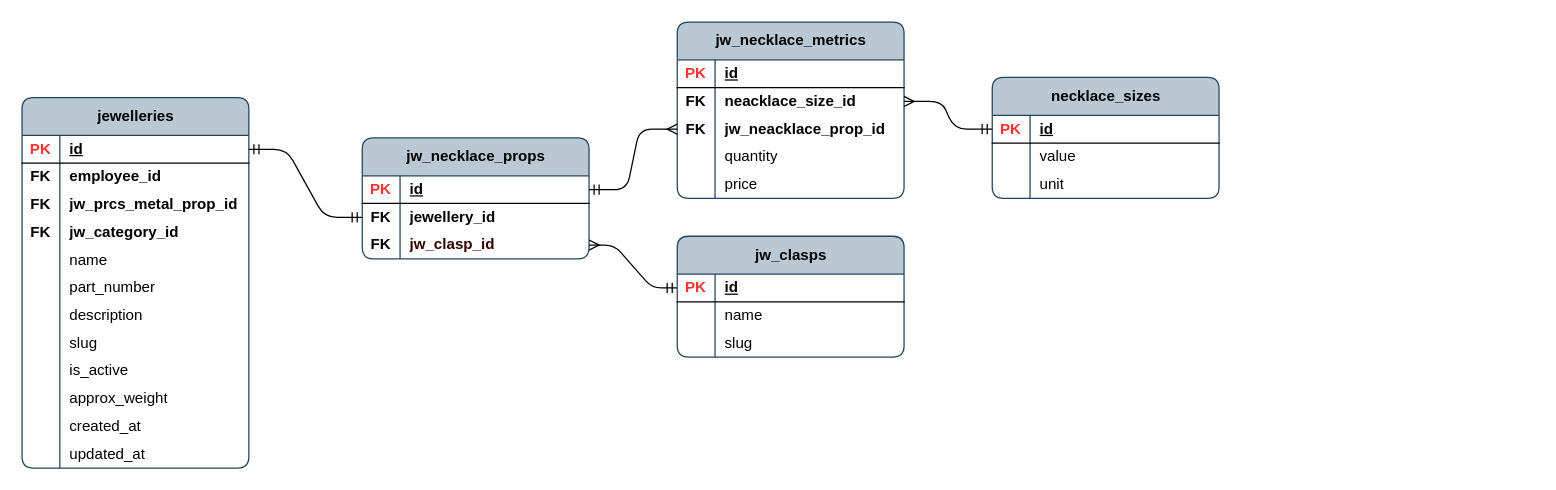
This is page "jw_necklace_props" (12 of 13) of publisher/laravel-app/psql_jewellery_items.drawio from Local-development-environment/msg-brokers-publisher-consumer, a draw.io file, before an edit. Source tidied: cells renumbered, new cells numbered last; positions are measured from the earlier drawing's top-left corner, leaving out a move shared by most shapes. Both pictures are drawn from the tidied source at 126%, with x=0, y=0 at pixel (21, 21).
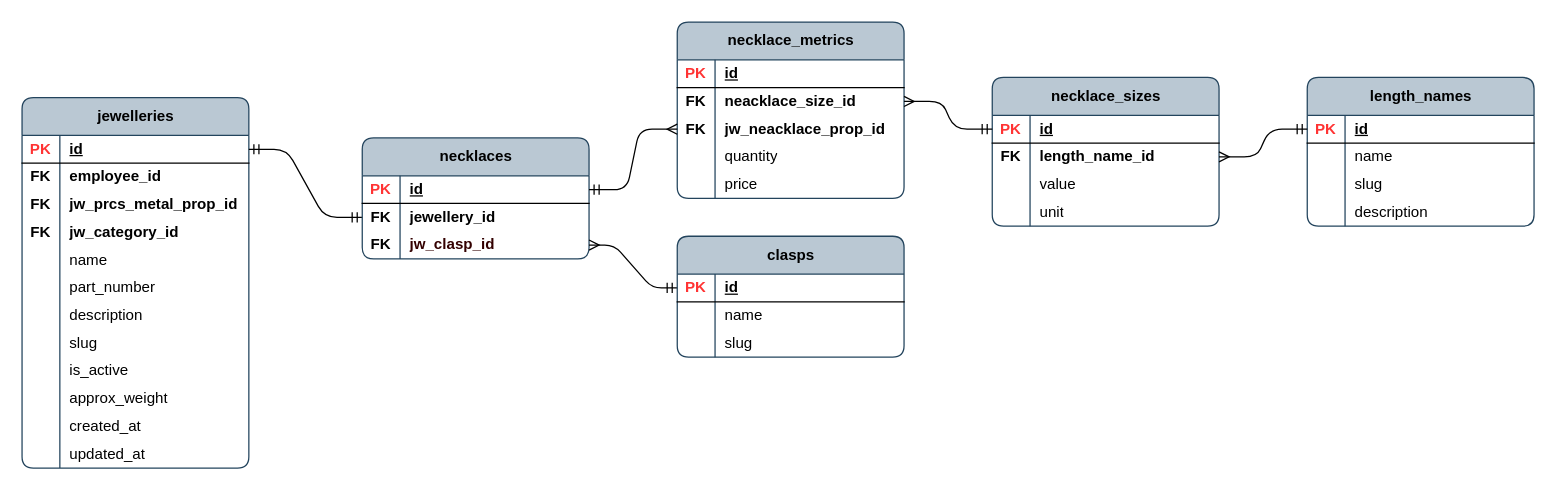
The same diagram, later.

Commit message (it also covers changes not shown here):
jewellery view is ready

The change refers to these unchanged cells:
```xml
<mxCell id="70" style="shape=tableRow;horizontal=0;startSize=0;swimlaneHead=0;swimlaneBody=0;fillColor=none;points=[[0,0.5],[1,0.5]];portConstraint=eastwest;top=0;left=0;right=0;bottom=0;rounded=0;" parent="66" vertex="1">
  <mxGeometry y="52" width="180" height="22" as="geometry" />
</mxCell>
```

What changed in the source:
```diff
@@
-    <mxCell id="40" value="jw_necklace_props" style="shape=table;startSize=30;childLayout=tableLayout;rowLines=0;fontStyle=1;align=center;html=1;rounded=1;swimlaneFillColor=none;fillColor=#bac8d3;strokeColor=#23445d;columnLines=1;arcSize=10;" parent="1" vertex="1">
+    <mxCell id="40" value="necklaces" style="shape=table;startSize=30;childLayout=tableLayout;rowLines=0;fontStyle=1;align=center;html=1;rounded=1;swimlaneFillColor=none;fillColor=#bac8d3;strokeColor=#23445d;columnLines=1;arcSize=10;" parent="1" vertex="1">
       <mxGeometry x="270" y="92" width="180" height="96" as="geometry" />
     </mxCell>
@@
-    <mxCell id="50" value="jw_necklace_metrics" style="shape=table;startSize=30;childLayout=tableLayout;rowLines=0;fontStyle=1;align=center;html=1;rounded=1;swimlaneFillColor=none;fillColor=#bac8d3;strokeColor=#23445d;columnLines=1;arcSize=10;" parent="1" vertex="1">
+    <mxCell id="50" value="necklace_metrics" style="shape=table;startSize=30;childLayout=tableLayout;rowLines=0;fontStyle=1;align=center;html=1;rounded=1;swimlaneFillColor=none;fillColor=#bac8d3;strokeColor=#23445d;columnLines=1;arcSize=10;" parent="1" vertex="1">
       <mxGeometry x="520" width="180" height="140" as="geometry" />
     </mxCell>
@@
     <mxCell id="66" value="necklace_sizes" style="shape=table;startSize=30;childLayout=tableLayout;rowLines=0;fontStyle=1;align=center;html=1;rounded=1;swimlaneFillColor=none;fillColor=#bac8d3;strokeColor=#23445d;columnLines=1;arcSize=10;" parent="1" vertex="1">
-      <mxGeometry x="770" y="44" width="180" height="96" as="geometry" />
+      <mxGeometry x="770" y="44" width="180" height="118" as="geometry" />
     </mxCell>
@@
-    <mxCell id="71" style="shape=partialRectangle;fillColor=none;top=0;left=0;bottom=0;right=0;overflow=hidden;whiteSpace=wrap;html=1;" parent="70" vertex="1">
+    <mxCell id="71" value="&lt;b&gt;FK&lt;/b&gt;" style="shape=partialRectangle;fillColor=none;top=0;left=0;bottom=0;right=0;overflow=hidden;whiteSpace=wrap;html=1;" parent="70" vertex="1">
       <mxGeometry width="30" height="22" as="geometry" />
     </mxCell>
-    <mxCell id="72" value="value" style="shape=partialRectangle;fillColor=none;top=0;left=0;bottom=0;right=0;align=left;spacingLeft=6;overflow=hidden;whiteSpace=wrap;html=1;" parent="70" vertex="1">
+    <mxCell id="72" value="&lt;b&gt;length_name_id&lt;/b&gt;" style="shape=partialRectangle;fillColor=none;top=0;left=0;bottom=0;right=0;align=left;spacingLeft=6;overflow=hidden;whiteSpace=wrap;html=1;" parent="70" vertex="1">
       <mxGeometry x="30" width="150" height="22" as="geometry" />
     </mxCell>
+    <mxCell id="89" style="shape=tableRow;horizontal=0;startSize=0;swimlaneHead=0;swimlaneBody=0;fillColor=none;top=0;left=0;right=0;bottom=0;rounded=0;" parent="66" vertex="1">
+      <mxGeometry y="74" width="180" height="22" as="geometry" />
+    </mxCell>
+    <mxCell id="90" style="shape=partialRectangle;fillColor=none;top=0;left=0;bottom=0;right=0;overflow=hidden;whiteSpace=wrap;html=1;" parent="89" vertex="1">
+      <mxGeometry width="30" height="22" as="geometry" />
+    </mxCell>
+    <mxCell id="91" value="value" style="shape=partialRectangle;fillColor=none;top=0;left=0;bottom=0;right=0;align=left;spacingLeft=6;overflow=hidden;whiteSpace=wrap;html=1;" parent="89" vertex="1">
+      <mxGeometry x="30" width="150" height="22" as="geometry" />
+    </mxCell>
     <mxCell id="73" style="shape=tableRow;horizontal=0;startSize=0;swimlaneHead=0;swimlaneBody=0;fillColor=none;top=0;left=0;right=0;bottom=0;rounded=0;" parent="66" vertex="1">
-      <mxGeometry y="74" width="180" height="22" as="geometry" />
+      <mxGeometry y="96" width="180" height="22" as="geometry" />
     </mxCell>
@@
-    <mxCell id="79" value="jw_clasps" style="shape=table;startSize=30;childLayout=tableLayout;rowLines=0;fontStyle=1;align=center;html=1;rounded=1;swimlaneFillColor=none;fillColor=#bac8d3;strokeColor=#23445d;columnLines=1;arcSize=10;" parent="1" vertex="1">
+    <mxCell id="79" value="clasps" style="shape=table;startSize=30;childLayout=tableLayout;rowLines=0;fontStyle=1;align=center;html=1;rounded=1;swimlaneFillColor=none;fillColor=#bac8d3;strokeColor=#23445d;columnLines=1;arcSize=10;" parent="1" vertex="1">
       <mxGeometry x="520" y="170" width="180" height="96" as="geometry" />
     </mxCell>
@@
+    <mxCell id="92" value="length_names" style="shape=table;startSize=30;childLayout=tableLayout;rowLines=0;fontStyle=1;align=center;html=1;rounded=1;swimlaneFillColor=none;fillColor=#bac8d3;strokeColor=#23445d;columnLines=1;arcSize=10;" parent="1" vertex="1">
+      <mxGeometry x="1020" y="44" width="180" height="118" as="geometry" />
+    </mxCell>
+    <mxCell id="93" style="shape=tableRow;horizontal=0;startSize=0;swimlaneHead=0;swimlaneBody=0;fillColor=none;points=[[0,0.5],[1,0.5]];portConstraint=eastwest;top=0;left=0;right=0;bottom=1;rounded=0;" parent="92" vertex="1">
+      <mxGeometry y="30" width="180" height="22" as="geometry" />
+    </mxCell>
+    <mxCell id="94" value="&lt;font color=&quot;#ff3333&quot;&gt;PK&lt;/font&gt;" style="shape=partialRectangle;fillColor=none;top=0;left=0;bottom=0;right=0;fontStyle=1;overflow=hidden;whiteSpace=wrap;html=1;" parent="93" vertex="1">
+      <mxGeometry width="30" height="22" as="geometry" />
+    </mxCell>
+    <mxCell id="95" value="id" style="shape=partialRectangle;fillColor=none;top=0;left=0;bottom=0;right=0;align=left;spacingLeft=6;fontStyle=5;overflow=hidden;whiteSpace=wrap;html=1;" parent="93" vertex="1">
+      <mxGeometry x="30" width="150" height="22" as="geometry" />
+    </mxCell>
+    <mxCell id="96" style="shape=tableRow;horizontal=0;startSize=0;swimlaneHead=0;swimlaneBody=0;fillColor=none;top=0;left=0;right=0;bottom=0;rounded=0;" parent="92" vertex="1">
+      <mxGeometry y="52" width="180" height="22" as="geometry" />
+    </mxCell>
+    <mxCell id="97" style="shape=partialRectangle;fillColor=none;top=0;left=0;bottom=0;right=0;overflow=hidden;whiteSpace=wrap;html=1;" parent="96" vertex="1">
+      <mxGeometry width="30" height="22" as="geometry" />
+    </mxCell>
+    <mxCell id="98" value="name" style="shape=partialRectangle;fillColor=none;top=0;left=0;bottom=0;right=0;align=left;spacingLeft=6;overflow=hidden;whiteSpace=wrap;html=1;" parent="96" vertex="1">
+      <mxGeometry x="30" width="150" height="22" as="geometry" />
+    </mxCell>
+    <mxCell id="99" style="shape=tableRow;horizontal=0;startSize=0;swimlaneHead=0;swimlaneBody=0;fillColor=none;top=0;left=0;right=0;bottom=0;rounded=0;" parent="92" vertex="1">
+      <mxGeometry y="74" width="180" height="22" as="geometry" />
+    </mxCell>
+    <mxCell id="100" style="shape=partialRectangle;fillColor=none;top=0;left=0;bottom=0;right=0;overflow=hidden;whiteSpace=wrap;html=1;" parent="99" vertex="1">
+      <mxGeometry width="30" height="22" as="geometry" />
+    </mxCell>
+    <mxCell id="101" value="slug" style="shape=partialRectangle;fillColor=none;top=0;left=0;bottom=0;right=0;align=left;spacingLeft=6;overflow=hidden;whiteSpace=wrap;html=1;" parent="99" vertex="1">
+      <mxGeometry x="30" width="150" height="22" as="geometry" />
+    </mxCell>
+    <mxCell id="102" style="shape=tableRow;horizontal=0;startSize=0;swimlaneHead=0;swimlaneBody=0;fillColor=none;top=0;left=0;right=0;bottom=0;rounded=0;" parent="92" vertex="1">
+      <mxGeometry y="96" width="180" height="22" as="geometry" />
+    </mxCell>
+    <mxCell id="103" style="shape=partialRectangle;fillColor=none;top=0;left=0;bottom=0;right=0;overflow=hidden;whiteSpace=wrap;html=1;" parent="102" vertex="1">
+      <mxGeometry width="30" height="22" as="geometry" />
+    </mxCell>
+    <mxCell id="104" value="description" style="shape=partialRectangle;fillColor=none;top=0;left=0;bottom=0;right=0;align=left;spacingLeft=6;overflow=hidden;whiteSpace=wrap;html=1;" parent="102" vertex="1">
+      <mxGeometry x="30" width="150" height="22" as="geometry" />
+    </mxCell>
+    <mxCell id="105" style="edgeStyle=entityRelationEdgeStyle;fontSize=12;html=1;endArrow=ERmany;rounded=1;curved=0;exitX=0;exitY=0.5;exitDx=0;exitDy=0;startArrow=ERmandOne;startFill=0;entryX=1;entryY=0.5;entryDx=0;entryDy=0;" parent="1" edge="1" source="93" target="70">
+      <mxGeometry relative="1" as="geometry" />
+    </mxCell>
```
